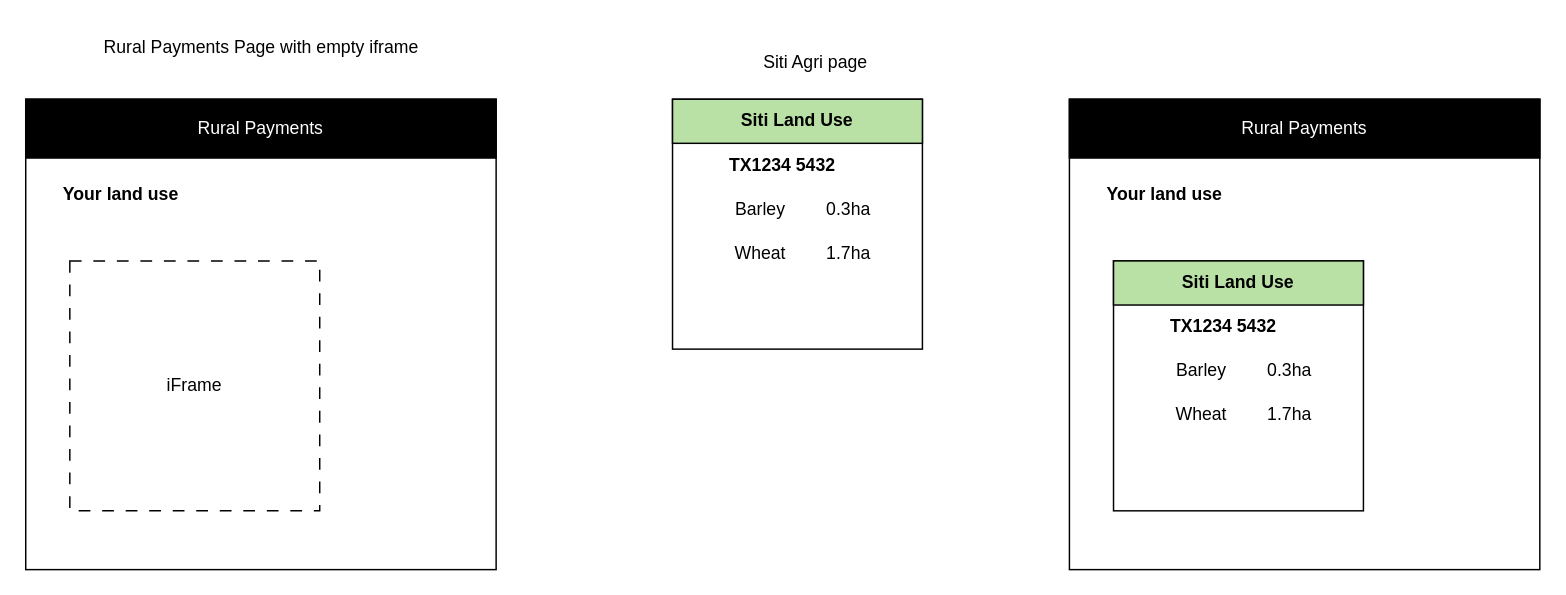
The draw.io diagram SFD/embedded-screen.drawio in DEFRA/ffc-diagrams, before the edit. Source tidied: cells renumbered, new cells numbered last; positions are measured from the earlier drawing's top-left corner, leaving out a move shared by most shapes. Both pictures are drawn from the tidied source at 147%, with x=0, y=0 at pixel (25, 25).
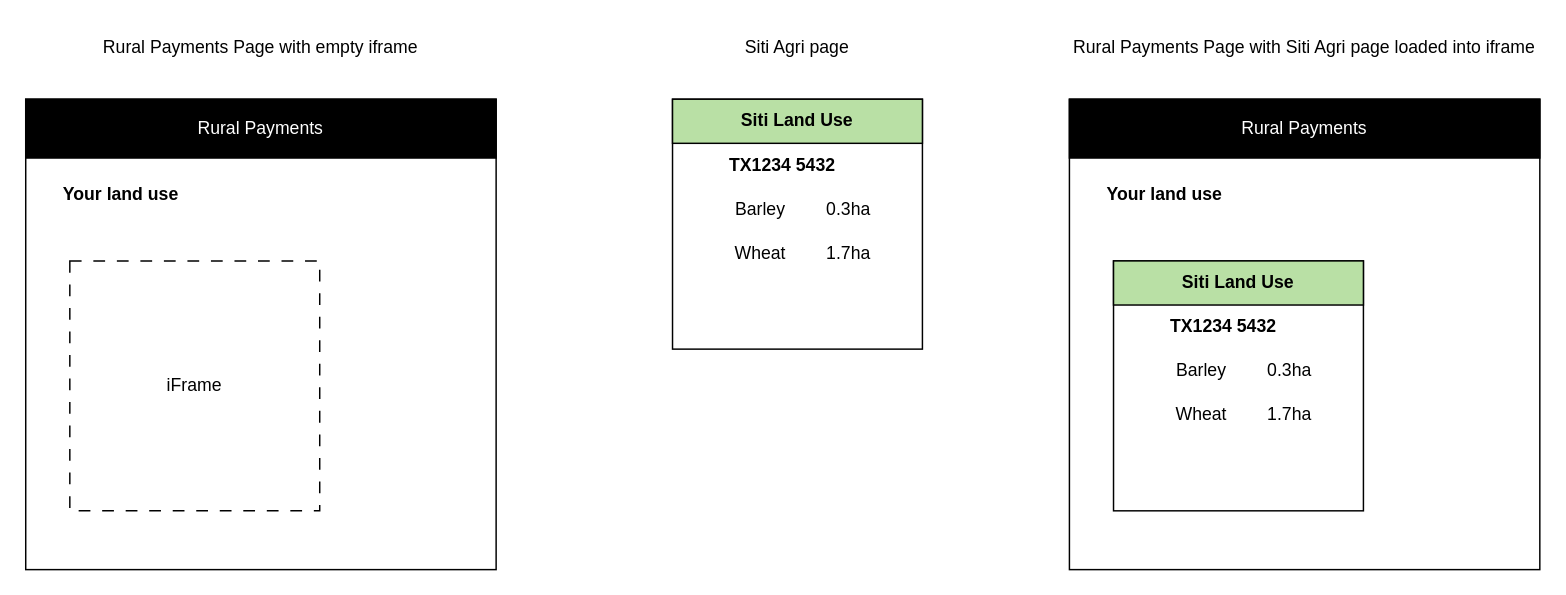
Above is the later version.

The edit, as a diff of the source:
```diff
@@
     <mxCell id="13" value="Rural Payments Page with empty iframe" style="text;html=1;whiteSpace=wrap;strokeColor=none;fillColor=none;align=center;verticalAlign=middle;rounded=0;" parent="1" vertex="1">
-      <mxGeometry x="42.5" width="235" height="30" as="geometry" />
+      <mxGeometry width="320" height="30" as="geometry" />
     </mxCell>
@@
     <mxCell id="24" value="Siti Agri page" style="text;html=1;whiteSpace=wrap;strokeColor=none;fillColor=none;align=center;verticalAlign=middle;rounded=0;" parent="1" vertex="1">
-      <mxGeometry x="420" y="10" width="235" height="30" as="geometry" />
+      <mxGeometry x="440" width="170" height="30" as="geometry" />
     </mxCell>
+    <mxCell id="25" value="Rural Payments Page with Siti Agri page loaded into iframe" style="text;html=1;whiteSpace=wrap;strokeColor=none;fillColor=none;align=center;verticalAlign=middle;rounded=0;" parent="1" vertex="1">
+      <mxGeometry x="710" width="320" height="30" as="geometry" />
+    </mxCell>
```
